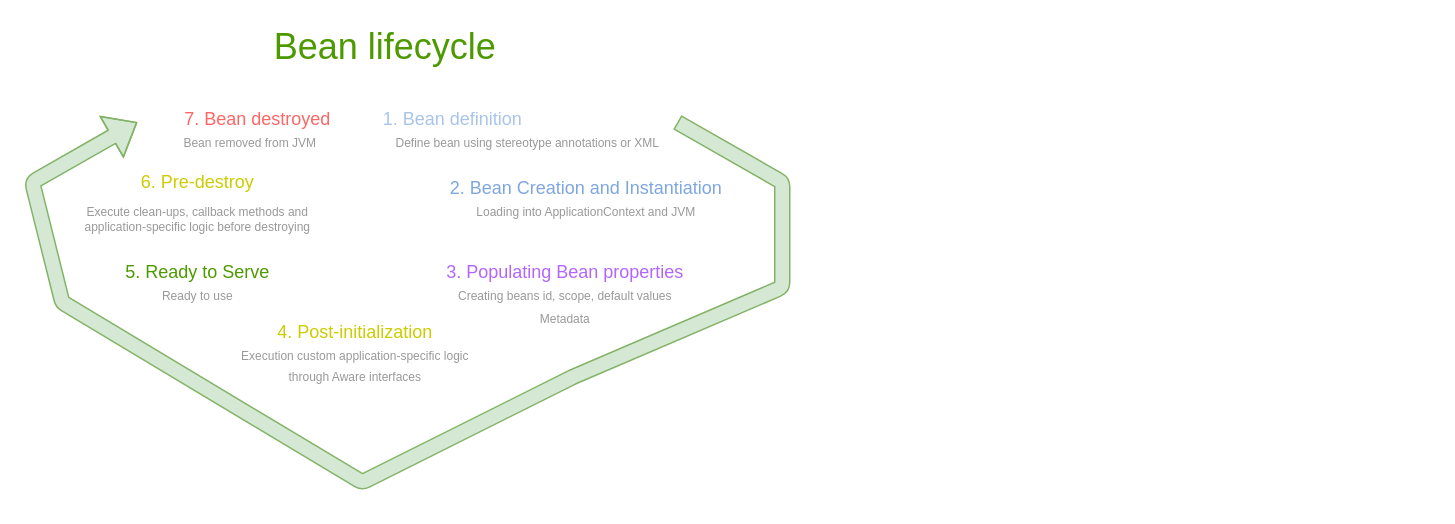
FedosovMax/diagrams keeps this draw.io diagram as Spring.drawio. Above is the earlier version. Source tidied: cells renumbered, new cells numbered last; positions are measured from the earlier drawing's top-left corner, leaving out a move shared by most shapes. Both pictures are drawn from the tidied source at 150%, with x=0, y=0 at pixel (32, 32).
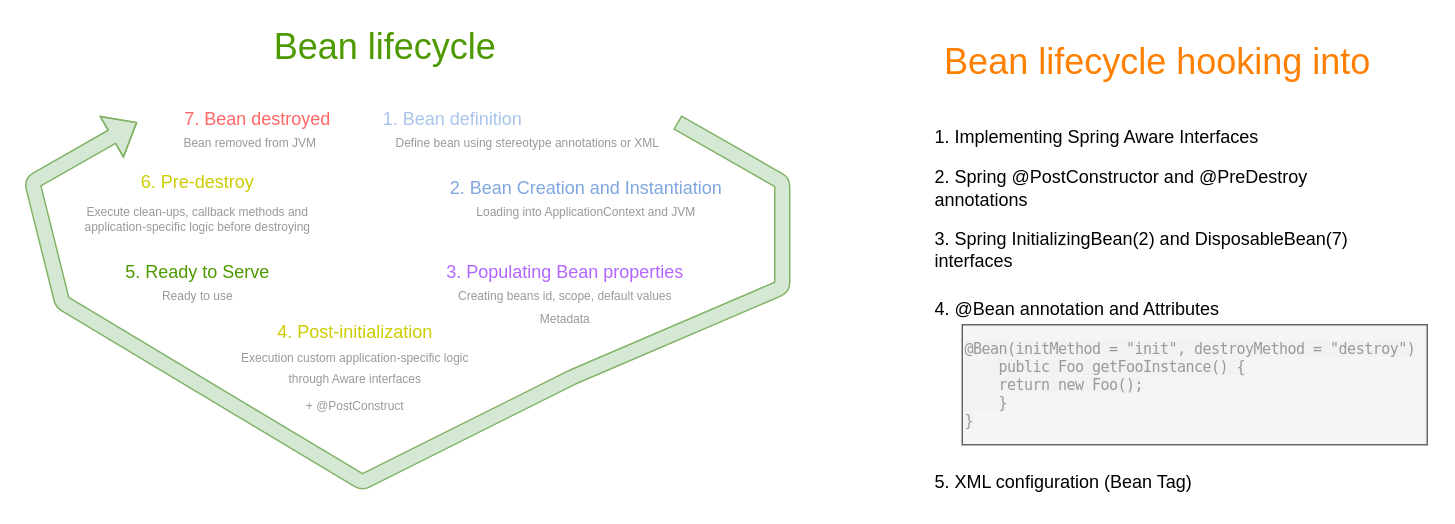
The same page after the edit.

The edit, as a diff of the source:
```diff
@@
-    <mxCell id="8" value="&lt;p style=&quot;font-size: 8px ; line-height: 30%&quot;&gt;&lt;font color=&quot;#999999&quot;&gt;Execution custom application-specific logic&lt;/font&gt;&lt;/p&gt;&lt;p style=&quot;font-size: 8px&quot;&gt;&lt;font color=&quot;#999999&quot;&gt;through Aware interfaces&lt;/font&gt;&lt;br&gt;&lt;/p&gt;" style="text;html=1;align=center;verticalAlign=middle;strokeColor=none;" parent="1" vertex="1">
-      <mxGeometry x="125" y="200" width="180" height="50" as="geometry" />
+    <mxCell id="8" value="&lt;p style=&quot;font-size: 8px ; line-height: 30%&quot;&gt;&lt;font color=&quot;#999999&quot;&gt;Execution custom application-specific logic&lt;/font&gt;&lt;/p&gt;&lt;p style=&quot;font-size: 8px&quot;&gt;&lt;font color=&quot;#999999&quot;&gt;through Aware interfaces&lt;/font&gt;&lt;/p&gt;&lt;p style=&quot;font-size: 8px&quot;&gt;&lt;font color=&quot;#999999&quot;&gt;+ @PostConstruct&lt;/font&gt;&lt;br&gt;&lt;/p&gt;" style="text;html=1;align=center;verticalAlign=middle;strokeColor=none;" parent="1" vertex="1">
+      <mxGeometry x="125" y="200" width="180" height="70" as="geometry" />
     </mxCell>
@@
+    <mxCell id="18" value="&lt;font style=&quot;font-size: 24px&quot; color=&quot;#FF8000&quot;&gt;Bean lifecycle hooking into&lt;br&gt;&lt;/font&gt;" style="text;html=1;align=center;verticalAlign=middle;strokeColor=none;" parent="1" vertex="1">
+      <mxGeometry x="585" y="10" width="330" height="20" as="geometry" />
+    </mxCell>
+    <mxCell id="19" value="&lt;div align=&quot;left&quot;&gt;1. Implementing Spring Aware Interfaces&lt;br&gt;&lt;/div&gt;" style="text;html=1;align=left;verticalAlign=middle;strokeColor=none;" parent="1" vertex="1">
+      <mxGeometry x="600" y="60" width="250" height="20" as="geometry" />
+    </mxCell>
+    <mxCell id="20" value="&lt;div&gt;2. Spring @PostConstructor and @PreDestroy &lt;br&gt;&lt;/div&gt;&lt;div&gt;annotations&lt;br&gt;&lt;/div&gt;" style="text;html=1;align=left;verticalAlign=middle;strokeColor=none;" parent="1" vertex="1">
+      <mxGeometry x="600" y="89" width="280" height="30" as="geometry" />
+    </mxCell>
+    <mxCell id="21" value="&lt;div&gt;3. Spring InitializingBean(2) and DisposableBean(7)&lt;/div&gt;&lt;div&gt;interfaces &lt;br&gt;&lt;/div&gt;" style="text;html=1;align=left;verticalAlign=middle;strokeColor=none;" parent="1" vertex="1">
+      <mxGeometry x="600" y="130" width="310" height="30" as="geometry" />
+    </mxCell>
+    <mxCell id="22" value="4. @Bean annotation and Attributes" style="text;html=1;align=left;verticalAlign=middle;strokeColor=none;" parent="1" vertex="1">
+      <mxGeometry x="600" y="175" width="220" height="20" as="geometry" />
+    </mxCell>
+    <mxCell id="23" value="&lt;div style=&quot;font-size: 10px&quot; align=&quot;left&quot;&gt;&lt;font style=&quot;font-size: 10px&quot; color=&quot;#999999&quot;&gt;&lt;span style=&quot;font-family: &amp;#34;menlo&amp;#34; , &amp;#34;monaco&amp;#34; , &amp;#34;courier new&amp;#34; , &amp;#34;courier&amp;#34; , monospace ; font-style: normal ; font-weight: 400 ; letter-spacing: -0.352px ; text-indent: 0px ; text-transform: none ; word-spacing: 0px ; background-color: rgb(242 , 242 , 242) ; display: inline ; float: none&quot;&gt;@Bean(initMethod = &quot;init&quot;, destroyMethod = &quot;destroy&quot;)&lt;/span&gt;&lt;br style=&quot;box-sizing: inherit ; font-family: &amp;#34;menlo&amp;#34; , &amp;#34;monaco&amp;#34; , &amp;#34;courier new&amp;#34; , &amp;#34;courier&amp;#34; , monospace ; font-style: normal ; font-weight: 400 ; letter-spacing: -0.352px ; text-indent: 0px ; text-transform: none ; word-spacing: 0px ; background-color: rgb(242 , 242 , 242)&quot;&gt;&lt;span style=&quot;font-family: &amp;#34;menlo&amp;#34; , &amp;#34;monaco&amp;#34; , &amp;#34;courier new&amp;#34; , &amp;#34;courier&amp;#34; , monospace ; font-style: normal ; font-weight: 400 ; letter-spacing: -0.352px ; text-indent: 0px ; text-transform: none ; word-spacing: 0px ; background-color: rgb(242 , 242 , 242) ; display: inline ; float: none&quot;&gt;&amp;nbsp;&amp;nbsp;&amp;nbsp; public Foo getFooInstance() {&lt;/span&gt;&lt;br style=&quot;box-sizing: inherit ; font-family: &amp;#34;menlo&amp;#34; , &amp;#34;monaco&amp;#34; , &amp;#34;courier new&amp;#34; , &amp;#34;courier&amp;#34; , monospace ; font-style: normal ; font-weight: 400 ; letter-spacing: -0.352px ; text-indent: 0px ; text-transform: none ; word-spacing: 0px ; background-color: rgb(242 , 242 , 242)&quot;&gt;&lt;span style=&quot;font-family: &amp;#34;menlo&amp;#34; , &amp;#34;monaco&amp;#34; , &amp;#34;courier new&amp;#34; , &amp;#34;courier&amp;#34; , monospace ; font-style: normal ; font-weight: 400 ; letter-spacing: -0.352px ; text-indent: 0px ; text-transform: none ; word-spacing: 0px ; background-color: rgb(242 , 242 , 242) ; display: inline ; float: none&quot;&gt;&amp;nbsp;&amp;nbsp;&amp;nbsp; return new Foo();&lt;/span&gt;&lt;br style=&quot;box-sizing: inherit ; font-family: &amp;#34;menlo&amp;#34; , &amp;#34;monaco&amp;#34; , &amp;#34;courier new&amp;#34; , &amp;#34;courier&amp;#34; , monospace ; font-style: normal ; font-weight: 400 ; letter-spacing: -0.352px ; text-indent: 0px ; text-transform: none ; word-spacing: 0px ; background-color: rgb(242 , 242 , 242)&quot;&gt;&lt;span style=&quot;font-family: &amp;#34;menlo&amp;#34; , &amp;#34;monaco&amp;#34; , &amp;#34;courier new&amp;#34; , &amp;#34;courier&amp;#34; , monospace ; font-style: normal ; font-weight: 400 ; letter-spacing: -0.352px ; text-indent: 0px ; text-transform: none ; word-spacing: 0px ; background-color: rgb(242 , 242 , 242) ; display: inline ; float: none&quot;&gt;&amp;nbsp;&amp;nbsp;&amp;nbsp; }&lt;/span&gt;&lt;br style=&quot;box-sizing: inherit ; font-family: &amp;#34;menlo&amp;#34; , &amp;#34;monaco&amp;#34; , &amp;#34;courier new&amp;#34; , &amp;#34;courier&amp;#34; , monospace ; font-style: normal ; font-weight: 400 ; letter-spacing: -0.352px ; text-indent: 0px ; text-transform: none ; word-spacing: 0px ; background-color: rgb(242 , 242 , 242)&quot;&gt;&lt;span style=&quot;font-family: &amp;#34;menlo&amp;#34; , &amp;#34;monaco&amp;#34; , &amp;#34;courier new&amp;#34; , &amp;#34;courier&amp;#34; , monospace ; font-style: normal ; font-weight: 400 ; letter-spacing: -0.352px ; text-indent: 0px ; text-transform: none ; word-spacing: 0px ; background-color: rgb(242 , 242 , 242) ; display: inline ; float: none&quot;&gt;}&lt;/span&gt;&lt;/font&gt;&lt;/div&gt;" style="text;html=1;align=left;verticalAlign=middle;strokeColor=#666666;fillColor=#f5f5f5;fontColor=#333333;" parent="1" vertex="1">
+      <mxGeometry x="620" y="195" width="310" height="80" as="geometry" />
+    </mxCell>
+    <mxCell id="24" value="5. XML configuration (Bean Tag)" style="text;html=1;align=left;verticalAlign=middle;strokeColor=none;" parent="1" vertex="1">
+      <mxGeometry x="600" y="290" width="200" height="20" as="geometry" />
+    </mxCell>
```
